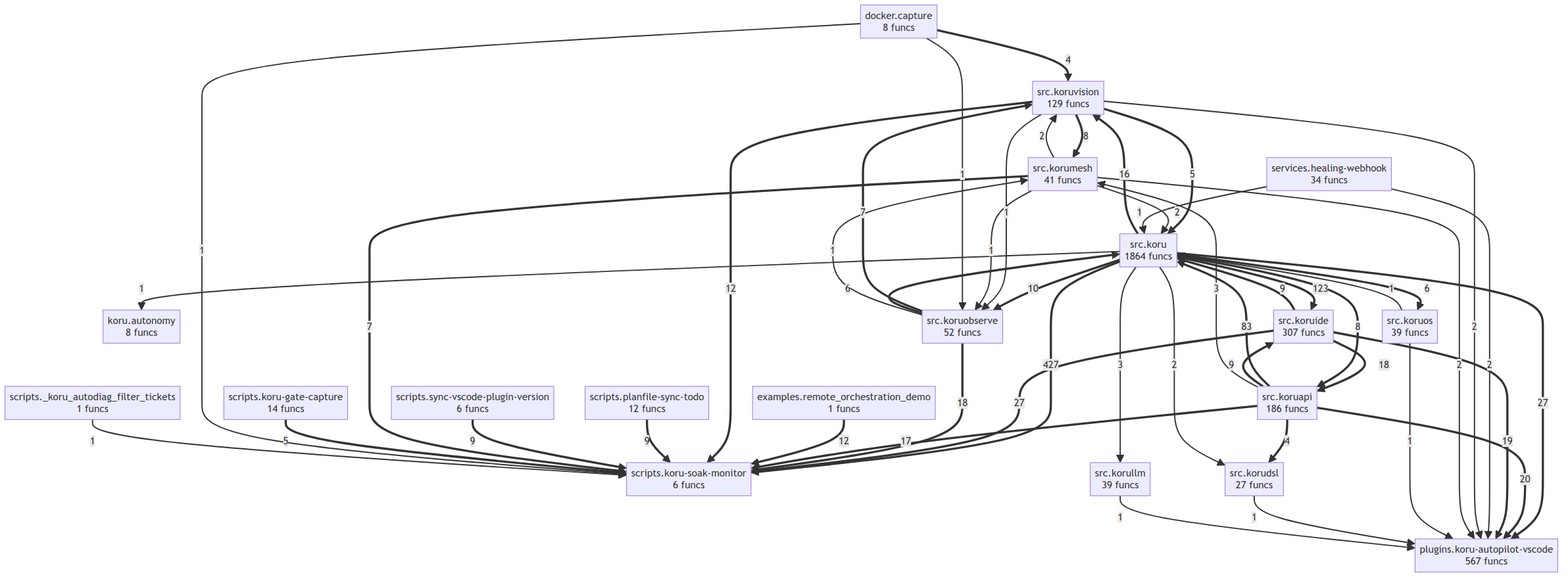
The Mermaid diagram project/compact_flow.png in semcod/koru, before a commit. Its source is kept beside it as project/compact_flow.mmd.
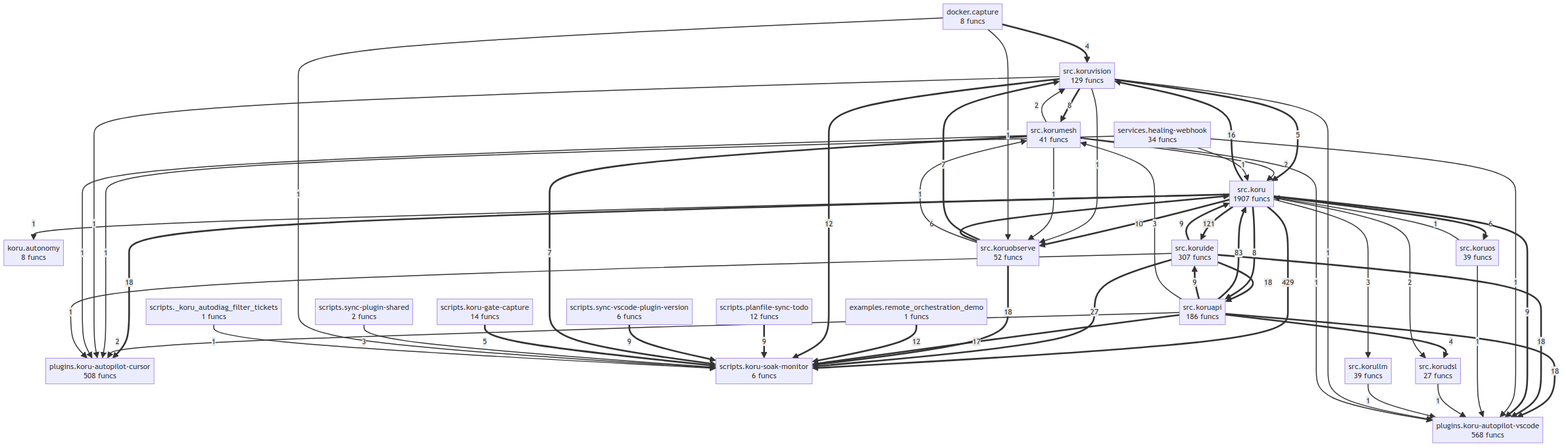
Above is the later version.

The edit, as a diff of the source:
```diff
@@ -2,14 +2,16 @@
     docker__capture["docker.capture<br/>8 funcs"]
     examples__remote_orchestration_demo["examples.remote_orchestration_demo<br/>1 funcs"]
     koru__autonomy["koru.autonomy<br/>8 funcs"]
-    plugins__koru_autopilot_vscode["plugins.koru-autopilot-vscode<br/>567 funcs"]
+    plugins__koru_autopilot_cursor["plugins.koru-autopilot-cursor<br/>508 funcs"]
+    plugins__koru_autopilot_vscode["plugins.koru-autopilot-vscode<br/>568 funcs"]
     scripts___koru_autodiag_filter_tickets["scripts._koru_autodiag_filter_tickets<br/>1 funcs"]
     scripts__koru_gate_capture["scripts.koru-gate-capture<br/>14 funcs"]
     scripts__koru_soak_monitor["scripts.koru-soak-monitor<br/>6 funcs"]
     scripts__planfile_sync_todo["scripts.planfile-sync-todo<br/>12 funcs"]
+    scripts__sync_plugin_shared["scripts.sync-plugin-shared<br/>2 funcs"]
     scripts__sync_vscode_plugin_version["scripts.sync-vscode-plugin-version<br/>6 funcs"]
     services__healing_webhook["services.healing-webhook<br/>34 funcs"]
-    src__koru["src.koru<br/>1864 funcs"]
+    src__koru["src.koru<br/>1907 funcs"]
     src__koruapi["src.koruapi<br/>186 funcs"]
     src__korudsl["src.korudsl<br/>27 funcs"]
     src__koruide["src.koruide<br/>307 funcs"]
@@ -18,15 +20,15 @@
     src__koruobserve["src.koruobserve<br/>52 funcs"]
     src__koruos["src.koruos<br/>39 funcs"]
     src__koruvision["src.koruvision<br/>129 funcs"]
-    src__koru ==>|427| scripts__koru_soak_monitor
-    src__koru ==>|123| src__koruide
+    src__koru ==>|429| scripts__koru_soak_monitor
+    src__koru ==>|121| src__koruide
     src__koruapi ==>|83| src__koru
     src__koruide ==>|27| scripts__koru_soak_monitor
-    src__koru ==>|27| plugins__koru_autopilot_vscode
-    src__koruapi ==>|20| plugins__koru_autopilot_vscode
-    src__koruide ==>|19| plugins__koru_autopilot_vscode
     src__koruobserve ==>|18| scripts__koru_soak_monitor
+    src__koruapi ==>|18| plugins__koru_autopilot_vscode
+    src__koruide ==>|18| plugins__koru_autopilot_vscode
     src__koruide ==>|18| src__koruapi
+    src__koru ==>|18| plugins__koru_autopilot_cursor
     src__koruapi ==>|17| scripts__koru_soak_monitor
     src__koru ==>|16| src__koruvision
     examples__remote_orchestration_demo ==>|12| scripts__koru_soak_monitor
@@ -34,6 +36,7 @@
     src__koru ==>|10| src__koruobserve
     src__koruapi ==>|9| src__koruide
     src__koruide ==>|9| src__koru
+    src__koru ==>|9| plugins__koru_autopilot_vscode
     scripts__planfile_sync_todo ==>|9| scripts__koru_soak_monitor
     scripts__sync_vscode_plugin_version ==>|9| scripts__koru_soak_monitor
     src__koruvision ==>|8| src__korumesh
@@ -48,21 +51,27 @@
     docker__capture ==>|4| src__koruvision
     src__koruapi -->|3| src__korumesh
     src__koru -->|3| src__korullm
-    services__healing_webhook -->|2| plugins__koru_autopilot_vscode
-    src__koruvision -->|2| plugins__koru_autopilot_vscode
+    scripts__sync_plugin_shared -->|3| scripts__koru_soak_monitor
+    src__koruapi -->|2| plugins__koru_autopilot_cursor
     src__korumesh -->|2| src__koru
     src__korumesh -->|2| src__koruvision
-    src__korumesh -->|2| plugins__koru_autopilot_vscode
     src__koru -->|2| src__korudsl
+    services__healing_webhook -->|1| plugins__koru_autopilot_cursor
     services__healing_webhook -->|1| src__koru
+    services__healing_webhook -->|1| plugins__koru_autopilot_vscode
     src__koruobserve -->|1| src__korumesh
     src__koruos -->|1| plugins__koru_autopilot_vscode
     src__koruos -->|1| src__koru
     src__korudsl -->|1| plugins__koru_autopilot_vscode
     src__korullm -->|1| plugins__koru_autopilot_vscode
+    src__koruvision -->|1| plugins__koru_autopilot_vscode
+    src__koruvision -->|1| plugins__koru_autopilot_cursor
     src__koruvision -->|1| src__koruobserve
     src__korumesh -->|1| src__koruobserve
+    src__korumesh -->|1| plugins__koru_autopilot_cursor
+    src__korumesh -->|1| plugins__koru_autopilot_vscode
+    src__koruide -->|1| plugins__koru_autopilot_cursor
+    src__koru -->|1| koru__autonomy
     docker__capture -->|1| src__koruobserve
     docker__capture -->|1| scripts__koru_soak_monitor
     scripts___koru_autodiag_filter_tickets -->|1| scripts__koru_soak_monitor
-    src__koru -->|1| koru__autonomy
```
